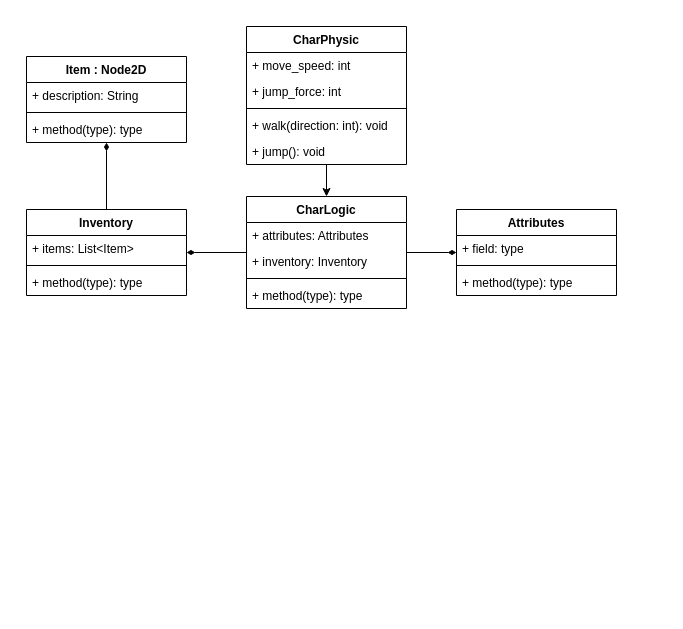
Before: page "UML Char" (1 of 2) of documentação/Esquema Lógico.drawio in hrszanini/celsinhos_game, a draw.io diagram. Source tidied: cells renumbered, new cells numbered last; positions are measured from the earlier drawing's top-left corner, leaving out a move shared by most shapes. Both pictures are drawn from the tidied source at 100%, with x=0, y=0 at pixel (26, 26).
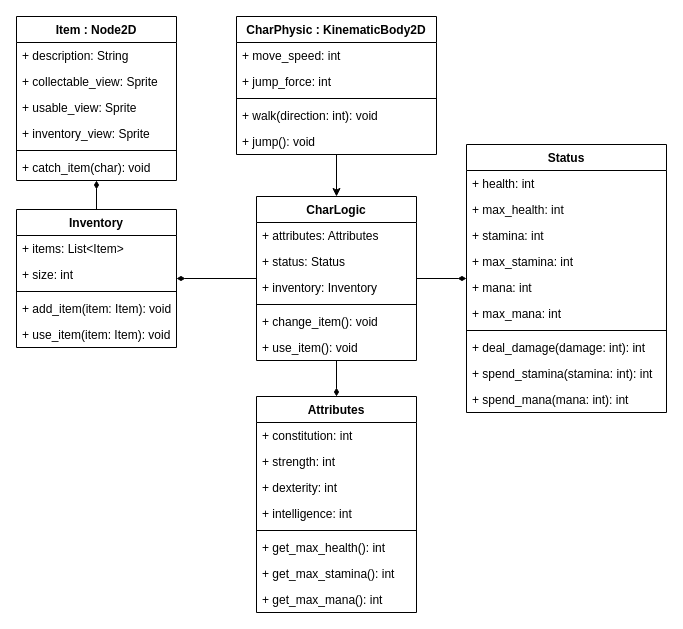
After the change.

Change to the diagram source:
```diff
@@
+    <mxCell id="3" style="edgeStyle=orthogonalEdgeStyle;rounded=0;jettySize=auto;html=1;endArrow=diamondThin;endFill=1;" parent="1" edge="1" source="4" target="25">
+      <mxGeometry relative="1" as="geometry" />
+    </mxCell>
+    <mxCell id="29" style="edgeStyle=orthogonalEdgeStyle;rounded=0;jettySize=auto;html=1;endArrow=diamondThin;endFill=1;" parent="1" edge="1" source="4" target="42">
+      <mxGeometry relative="1" as="geometry" />
+    </mxCell>
@@
-    <mxCell id="3" style="edgeStyle=orthogonalEdgeStyle;rounded=0;jettySize=auto;html=1;endArrow=diamondThin;endFill=1;" parent="1" edge="1" source="4" target="25">
-      <mxGeometry relative="1" as="geometry" />
-    </mxCell>
     <mxCell id="4" value="CharLogic" style="swimlane;fontStyle=1;align=center;verticalAlign=top;horizontal=1;startSize=26;" parent="1" vertex="1">
-      <mxGeometry x="220" y="170" width="160" height="112" as="geometry" />
+      <mxGeometry x="230" y="170" width="160" height="164" as="geometry" />
     </mxCell>
@@
+    <mxCell id="30" value="+ status: Status" style="text;strokeColor=none;fillColor=none;align=left;verticalAlign=top;spacingLeft=4;spacingRight=4;overflow=hidden;" parent="4" vertex="1">
+      <mxGeometry y="52" width="160" height="26" as="geometry" />
+    </mxCell>
     <mxCell id="6" value="+ inventory: Inventory" style="text;strokeColor=none;fillColor=none;align=left;verticalAlign=top;spacingLeft=4;spacingRight=4;overflow=hidden;" parent="4" vertex="1">
-      <mxGeometry y="52" width="160" height="26" as="geometry" />
+      <mxGeometry y="78" width="160" height="26" as="geometry" />
     </mxCell>
     <mxCell id="7" style="line;strokeWidth=1;fillColor=none;align=left;verticalAlign=middle;spacingTop=-1;spacingLeft=3;spacingRight=3;labelPosition=right;" parent="4" vertex="1">
-      <mxGeometry y="78" width="160" height="8" as="geometry" />
+      <mxGeometry y="104" width="160" height="8" as="geometry" />
     </mxCell>
+    <mxCell id="31" value="+ change_item(): void" style="text;strokeColor=none;fillColor=none;align=left;verticalAlign=top;spacingLeft=4;spacingRight=4;overflow=hidden;" parent="4" vertex="1">
+      <mxGeometry y="112" width="160" height="26" as="geometry" />
+    </mxCell>
-    <mxCell id="8" value="+ method(type): type" style="text;strokeColor=none;fillColor=none;align=left;verticalAlign=top;spacingLeft=4;spacingRight=4;overflow=hidden;" parent="4" vertex="1">
-      <mxGeometry y="86" width="160" height="26" as="geometry" />
+    <mxCell id="8" value="+ use_item(): void" style="text;strokeColor=none;fillColor=none;align=left;verticalAlign=top;spacingLeft=4;spacingRight=4;overflow=hidden;" parent="4" vertex="1">
+      <mxGeometry y="138" width="160" height="26" as="geometry" />
     </mxCell>
@@
-    <mxCell id="10" value="CharPhysic" style="swimlane;fontStyle=1;align=center;verticalAlign=top;horizontal=1;startSize=26;" parent="1" vertex="1">
-      <mxGeometry x="220" width="160" height="138" as="geometry" />
+    <mxCell id="10" value="CharPhysic : KinematicBody2D" style="swimlane;fontStyle=1;align=center;verticalAlign=top;horizontal=1;startSize=26;" parent="1" vertex="1">
+      <mxGeometry x="210" y="-10" width="200" height="138" as="geometry" />
     </mxCell>
     <mxCell id="11" value="+ move_speed: int" style="text;strokeColor=none;fillColor=none;align=left;verticalAlign=top;spacingLeft=4;spacingRight=4;overflow=hidden;" parent="10" vertex="1">
-      <mxGeometry y="26" width="160" height="26" as="geometry" />
+      <mxGeometry y="26" width="200" height="26" as="geometry" />
     </mxCell>
     <mxCell id="12" value="+ jump_force: int" style="text;strokeColor=none;fillColor=none;align=left;verticalAlign=top;spacingLeft=4;spacingRight=4;overflow=hidden;" parent="10" vertex="1">
-      <mxGeometry y="52" width="160" height="26" as="geometry" />
+      <mxGeometry y="52" width="200" height="26" as="geometry" />
     </mxCell>
     <mxCell id="13" style="line;strokeWidth=1;fillColor=none;align=left;verticalAlign=middle;spacingTop=-1;spacingLeft=3;spacingRight=3;labelPosition=right;" parent="10" vertex="1">
-      <mxGeometry y="78" width="160" height="8" as="geometry" />
+      <mxGeometry y="78" width="200" height="8" as="geometry" />
     </mxCell>
     <mxCell id="14" value="+ walk(direction: int): void" style="text;strokeColor=none;fillColor=none;align=left;verticalAlign=top;spacingLeft=4;spacingRight=4;overflow=hidden;" parent="10" vertex="1">
-      <mxGeometry y="86" width="160" height="26" as="geometry" />
+      <mxGeometry y="86" width="200" height="26" as="geometry" />
     </mxCell>
     <mxCell id="15" value="+ jump(): void" style="text;strokeColor=none;fillColor=none;align=left;verticalAlign=top;spacingLeft=4;spacingRight=4;overflow=hidden;" parent="10" vertex="1">
-      <mxGeometry y="112" width="160" height="26" as="geometry" />
+      <mxGeometry y="112" width="200" height="26" as="geometry" />
     </mxCell>
     <mxCell id="16" value="Attributes" style="swimlane;fontStyle=1;align=center;verticalAlign=top;horizontal=1;startSize=26;" parent="1" vertex="1">
-      <mxGeometry x="430" y="183" width="160" height="86" as="geometry" />
+      <mxGeometry x="230" y="370" width="160" height="216" as="geometry" />
     </mxCell>
+    <mxCell id="32" value="+ constitution: int" style="text;strokeColor=none;fillColor=none;align=left;verticalAlign=top;spacingLeft=4;spacingRight=4;overflow=hidden;" parent="16" vertex="1">
+      <mxGeometry y="26" width="160" height="26" as="geometry" />
+    </mxCell>
+    <mxCell id="33" value="+ strength: int" style="text;strokeColor=none;fillColor=none;align=left;verticalAlign=top;spacingLeft=4;spacingRight=4;overflow=hidden;" parent="16" vertex="1">
+      <mxGeometry y="52" width="160" height="26" as="geometry" />
+    </mxCell>
+    <mxCell id="34" value="+ dexterity: int" style="text;strokeColor=none;fillColor=none;align=left;verticalAlign=top;spacingLeft=4;spacingRight=4;overflow=hidden;" parent="16" vertex="1">
+      <mxGeometry y="78" width="160" height="26" as="geometry" />
+    </mxCell>
-    <mxCell id="17" value="+ field: type" style="text;strokeColor=none;fillColor=none;align=left;verticalAlign=top;spacingLeft=4;spacingRight=4;overflow=hidden;" parent="16" vertex="1">
-      <mxGeometry y="26" width="160" height="26" as="geometry" />
+    <mxCell id="17" value="+ intelligence: int" style="text;strokeColor=none;fillColor=none;align=left;verticalAlign=top;spacingLeft=4;spacingRight=4;overflow=hidden;" parent="16" vertex="1">
+      <mxGeometry y="104" width="160" height="26" as="geometry" />
     </mxCell>
     <mxCell id="18" style="line;strokeWidth=1;fillColor=none;align=left;verticalAlign=middle;spacingTop=-1;spacingLeft=3;spacingRight=3;labelPosition=right;" parent="16" vertex="1">
-      <mxGeometry y="52" width="160" height="8" as="geometry" />
+      <mxGeometry y="130" width="160" height="8" as="geometry" />
     </mxCell>
+    <mxCell id="35" value="+ get_max_health(): int" style="text;strokeColor=none;fillColor=none;align=left;verticalAlign=top;spacingLeft=4;spacingRight=4;overflow=hidden;" parent="16" vertex="1">
+      <mxGeometry y="138" width="160" height="26" as="geometry" />
+    </mxCell>
-    <mxCell id="19" value="+ method(type): type" style="text;strokeColor=none;fillColor=none;align=left;verticalAlign=top;spacingLeft=4;spacingRight=4;overflow=hidden;" parent="16" vertex="1">
-      <mxGeometry y="60" width="160" height="26" as="geometry" />
+    <mxCell id="19" value="+ get_max_stamina(): int" style="text;strokeColor=none;fillColor=none;align=left;verticalAlign=top;spacingLeft=4;spacingRight=4;overflow=hidden;" parent="16" vertex="1">
+      <mxGeometry y="164" width="160" height="26" as="geometry" />
     </mxCell>
+    <mxCell id="36" value="+ get_max_mana(): int" style="text;strokeColor=none;fillColor=none;align=left;verticalAlign=top;spacingLeft=4;spacingRight=4;overflow=hidden;" parent="16" vertex="1">
+      <mxGeometry y="190" width="160" height="26" as="geometry" />
+    </mxCell>
     <mxCell id="20" value="Item : Node2D" style="swimlane;fontStyle=1;align=center;verticalAlign=top;horizontal=1;startSize=26;" parent="1" vertex="1">
-      <mxGeometry y="30" width="160" height="86" as="geometry" />
+      <mxGeometry x="-10" y="-10" width="160" height="164" as="geometry" />
     </mxCell>
@@
+    <mxCell id="37" value="+ collectable_view: Sprite" style="text;strokeColor=none;fillColor=none;align=left;verticalAlign=top;spacingLeft=4;spacingRight=4;overflow=hidden;" parent="20" vertex="1">
+      <mxGeometry y="52" width="160" height="26" as="geometry" />
+    </mxCell>
+    <mxCell id="38" value="+ usable_view: Sprite" style="text;strokeColor=none;fillColor=none;align=left;verticalAlign=top;spacingLeft=4;spacingRight=4;overflow=hidden;" parent="20" vertex="1">
+      <mxGeometry y="78" width="160" height="26" as="geometry" />
+    </mxCell>
+    <mxCell id="39" value="+ inventory_view: Sprite" style="text;strokeColor=none;fillColor=none;align=left;verticalAlign=top;spacingLeft=4;spacingRight=4;overflow=hidden;" parent="20" vertex="1">
+      <mxGeometry y="104" width="160" height="26" as="geometry" />
+    </mxCell>
     <mxCell id="22" style="line;strokeWidth=1;fillColor=none;align=left;verticalAlign=middle;spacingTop=-1;spacingLeft=3;spacingRight=3;labelPosition=right;" parent="20" vertex="1">
-      <mxGeometry y="52" width="160" height="8" as="geometry" />
+      <mxGeometry y="130" width="160" height="8" as="geometry" />
     </mxCell>
-    <mxCell id="23" value="+ method(type): type" style="text;strokeColor=none;fillColor=none;align=left;verticalAlign=top;spacingLeft=4;spacingRight=4;overflow=hidden;" parent="20" vertex="1">
-      <mxGeometry y="60" width="160" height="26" as="geometry" />
+    <mxCell id="23" value="+ catch_item(char): void" style="text;strokeColor=none;fillColor=none;align=left;verticalAlign=top;spacingLeft=4;spacingRight=4;overflow=hidden;" parent="20" vertex="1">
+      <mxGeometry y="138" width="160" height="26" as="geometry" />
     </mxCell>
@@
     <mxCell id="25" value="Inventory" style="swimlane;fontStyle=1;align=center;verticalAlign=top;horizontal=1;startSize=26;" parent="1" vertex="1">
-      <mxGeometry y="183" width="160" height="86" as="geometry" />
+      <mxGeometry x="-10" y="183" width="160" height="138" as="geometry" />
     </mxCell>
@@
+    <mxCell id="40" value="+ size: int" style="text;strokeColor=none;fillColor=none;align=left;verticalAlign=top;spacingLeft=4;spacingRight=4;overflow=hidden;" parent="25" vertex="1">
+      <mxGeometry y="52" width="160" height="26" as="geometry" />
+    </mxCell>
     <mxCell id="27" style="line;strokeWidth=1;fillColor=none;align=left;verticalAlign=middle;spacingTop=-1;spacingLeft=3;spacingRight=3;labelPosition=right;" parent="25" vertex="1">
-      <mxGeometry y="52" width="160" height="8" as="geometry" />
+      <mxGeometry y="78" width="160" height="8" as="geometry" />
     </mxCell>
+    <mxCell id="41" value="+ add_item(item: Item): void" style="text;strokeColor=none;fillColor=none;align=left;verticalAlign=top;spacingLeft=4;spacingRight=4;overflow=hidden;" parent="25" vertex="1">
+      <mxGeometry y="86" width="160" height="26" as="geometry" />
+    </mxCell>
-    <mxCell id="28" value="+ method(type): type" style="text;strokeColor=none;fillColor=none;align=left;verticalAlign=top;spacingLeft=4;spacingRight=4;overflow=hidden;" parent="25" vertex="1">
-      <mxGeometry y="60" width="160" height="26" as="geometry" />
+    <mxCell id="28" value="+ use_item(item: Item): void" style="text;strokeColor=none;fillColor=none;align=left;verticalAlign=top;spacingLeft=4;spacingRight=4;overflow=hidden;" parent="25" vertex="1">
+      <mxGeometry y="112" width="160" height="26" as="geometry" />
     </mxCell>
+    <mxCell id="42" value="Status" style="swimlane;fontStyle=1;align=center;verticalAlign=top;horizontal=1;startSize=26;" parent="1" vertex="1">
+      <mxGeometry x="440" y="118" width="200" height="268" as="geometry" />
+    </mxCell>
+    <mxCell id="43" value="+ health: int" style="text;strokeColor=none;fillColor=none;align=left;verticalAlign=top;spacingLeft=4;spacingRight=4;overflow=hidden;" parent="42" vertex="1">
+      <mxGeometry y="26" width="200" height="26" as="geometry" />
+    </mxCell>
+    <mxCell id="44" value="+ max_health: int" style="text;strokeColor=none;fillColor=none;align=left;verticalAlign=top;spacingLeft=4;spacingRight=4;overflow=hidden;" parent="42" vertex="1">
+      <mxGeometry y="52" width="200" height="26" as="geometry" />
+    </mxCell>
+    <mxCell id="45" value="+ stamina: int" style="text;strokeColor=none;fillColor=none;align=left;verticalAlign=top;spacingLeft=4;spacingRight=4;overflow=hidden;" parent="42" vertex="1">
+      <mxGeometry y="78" width="200" height="26" as="geometry" />
+    </mxCell>
+    <mxCell id="46" value="+ max_stamina: int" style="text;strokeColor=none;fillColor=none;align=left;verticalAlign=top;spacingLeft=4;spacingRight=4;overflow=hidden;" parent="42" vertex="1">
+      <mxGeometry y="104" width="200" height="26" as="geometry" />
+    </mxCell>
+    <mxCell id="47" value="+ mana: int" style="text;strokeColor=none;fillColor=none;align=left;verticalAlign=top;spacingLeft=4;spacingRight=4;overflow=hidden;" parent="42" vertex="1">
+      <mxGeometry y="130" width="200" height="26" as="geometry" />
+    </mxCell>
+    <mxCell id="48" value="+ max_mana: int" style="text;strokeColor=none;fillColor=none;align=left;verticalAlign=top;spacingLeft=4;spacingRight=4;overflow=hidden;" parent="42" vertex="1">
+      <mxGeometry y="156" width="200" height="26" as="geometry" />
+    </mxCell>
+    <mxCell id="49" style="line;strokeWidth=1;fillColor=none;align=left;verticalAlign=middle;spacingTop=-1;spacingLeft=3;spacingRight=3;labelPosition=right;" parent="42" vertex="1">
+      <mxGeometry y="182" width="200" height="8" as="geometry" />
+    </mxCell>
+    <mxCell id="50" value="+ deal_damage(damage: int): int" style="text;strokeColor=none;fillColor=none;align=left;verticalAlign=top;spacingLeft=4;spacingRight=4;overflow=hidden;" parent="42" vertex="1">
+      <mxGeometry y="190" width="200" height="26" as="geometry" />
+    </mxCell>
+    <mxCell id="51" value="+ spend_stamina(stamina: int): int" style="text;strokeColor=none;fillColor=none;align=left;verticalAlign=top;spacingLeft=4;spacingRight=4;overflow=hidden;" parent="42" vertex="1">
+      <mxGeometry y="216" width="200" height="26" as="geometry" />
+    </mxCell>
+    <mxCell id="52" value="+ spend_mana(mana: int): int" style="text;strokeColor=none;fillColor=none;align=left;verticalAlign=top;spacingLeft=4;spacingRight=4;overflow=hidden;" parent="42" vertex="1">
+      <mxGeometry y="242" width="200" height="26" as="geometry" />
+    </mxCell>
```
